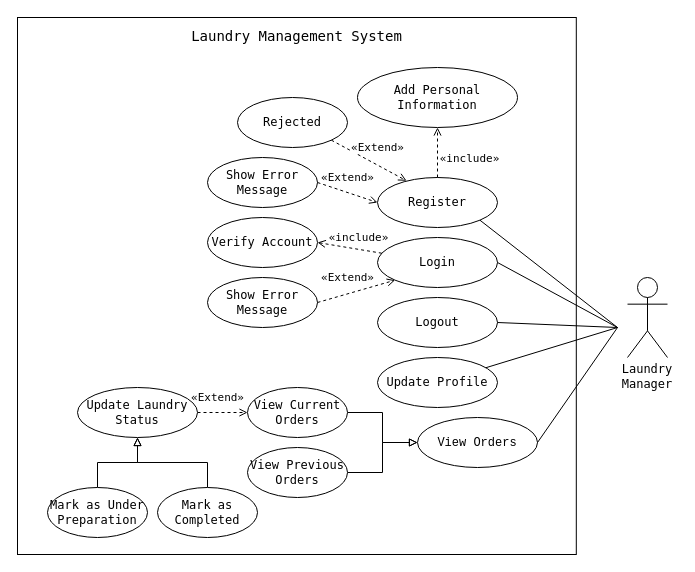
Before: UseCases/Laundry_Manager.drawio in Klvvr1/BrightClean, a draw.io diagram. Source tidied: cells renumbered, new cells numbered last; positions are measured from the earlier drawing's top-left corner, leaving out a move shared by most shapes. Both pictures are drawn from the tidied source at 100%, with x=0, y=0 at pixel (17, 17).
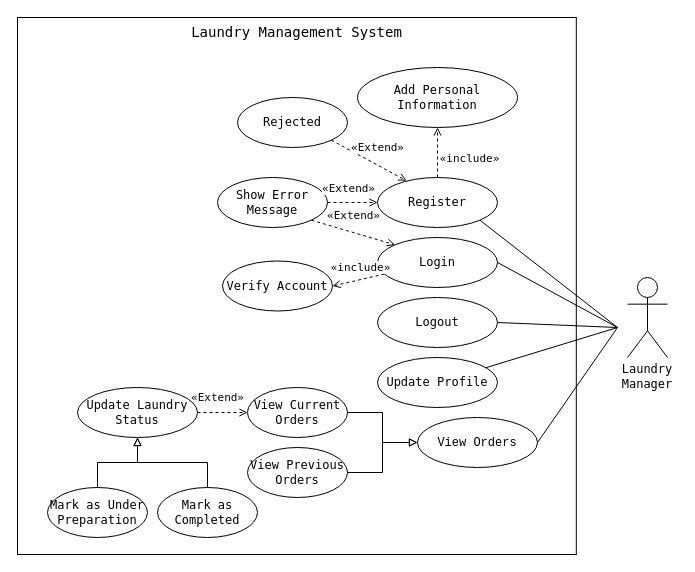
After the change.

Commit message (it also covers changes not shown here):
feat: add initial use case diagrams for Admin, Customer, Delivery Staff, and Laundry Manager roles (#71)

The change refers to these unchanged cells:
```xml
<mxCell id="4" value="Login" style="ellipse;whiteSpace=wrap;html=1;fontFamily=monospace;" parent="1" vertex="1">
  <mxGeometry x="360" y="220" width="120" height="50" as="geometry" />
</mxCell>
```

The edit, as a diff of the source:
```diff
@@
-    <mxCell id="2" value="&lt;p style=&quot;margin-bottom: 500px; margin-top: 0px; padding-bottom: 0px;&quot;&gt;&lt;font style=&quot;font-size: 14px;&quot;&gt;Laundry Management System&lt;/font&gt;&lt;/p&gt;" style="whiteSpace=wrap;html=1;fillColor=none;fontFamily=monospace;align=center;" parent="1" vertex="1">
+    <mxCell id="2" value="&lt;p style=&quot;margin-bottom: 500px; margin-top: 0px; padding-bottom: 0px;&quot;&gt;&lt;font style=&quot;font-size: 14px;&quot;&gt;Laundry Management System&lt;/font&gt;&lt;/p&gt;" style="whiteSpace=wrap;html=1;fillColor=none;fontFamily=monospace;align=center;verticalAlign=top;" parent="1" vertex="1">
       <mxGeometry width="558.8" height="537" as="geometry" />
     </mxCell>
@@
     <mxCell id="16" value="Show Error Message" style="ellipse;whiteSpace=wrap;html=1;fontFamily=monospace;" parent="1" vertex="1">
-      <mxGeometry x="190" y="140" width="110" height="50" as="geometry" />
+      <mxGeometry x="200" y="160" width="110" height="50" as="geometry" />
     </mxCell>
@@
     <mxCell id="20" value="Verify Account" style="ellipse;whiteSpace=wrap;html=1;fontFamily=monospace;" parent="1" vertex="1">
-      <mxGeometry x="190" y="200" width="110" height="50" as="geometry" />
+      <mxGeometry x="205" y="243.5" width="110" height="50" as="geometry" />
     </mxCell>
-    <mxCell id="21" value="Show Error Message" style="ellipse;whiteSpace=wrap;html=1;fontFamily=monospace;" parent="1" vertex="1">
-      <mxGeometry x="190" y="260" width="110" height="50" as="geometry" />
-    </mxCell>
@@
-    <mxCell id="23" value="«Extend»" style="dashed=1;endArrow=open;html=1;exitX=1;exitY=0.5;exitDx=0;exitDy=0;entryX=0;entryY=1;entryDx=0;entryDy=0;fontFamily=monospace;" parent="1" edge="1" source="21" target="4">
+    <mxCell id="23" value="«Extend»" style="dashed=1;endArrow=open;html=1;exitX=1;exitY=1;exitDx=0;exitDy=0;entryX=0;entryY=0;entryDx=0;entryDy=0;fontFamily=monospace;" parent="1" edge="1" source="16" target="4">
       <mxGeometry x="-0.11" y="16" relative="1" as="geometry" />
     </mxCell>
```
